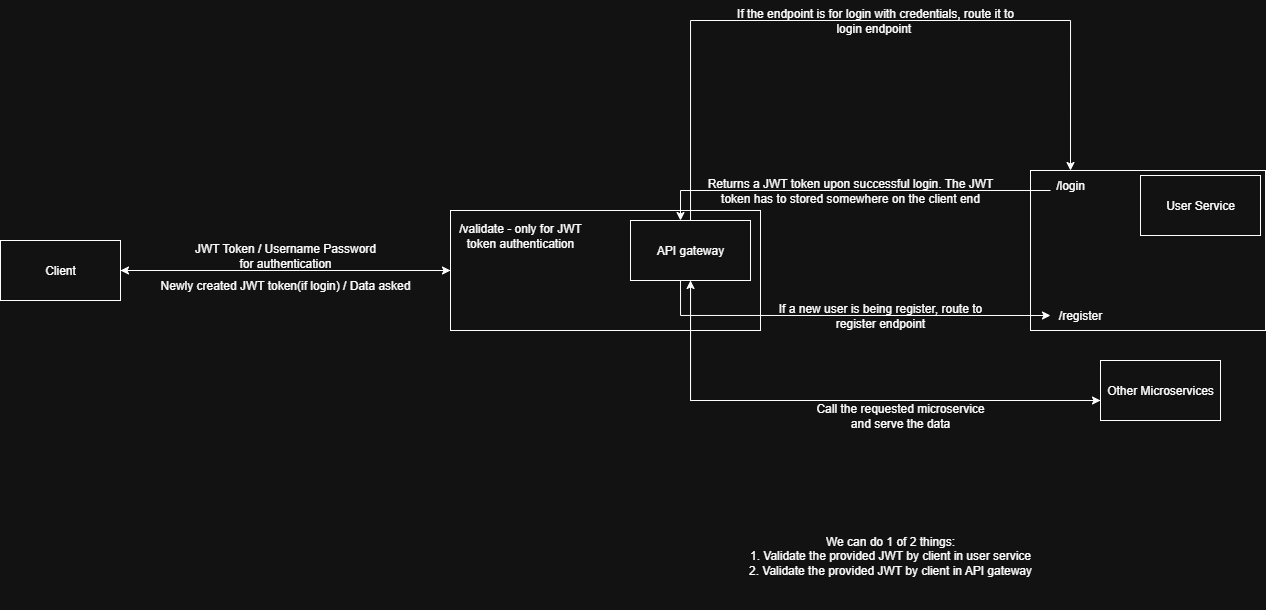
The draw.io diagram src/main/resources/Security of cine reserve.png in Prashant33-py/CineReserveAPIGateway, before a commit. Source tidied: cells renumbered, new cells last; positions are measured from the earlier drawing's top-left corner, leaving out a move shared by most shapes.
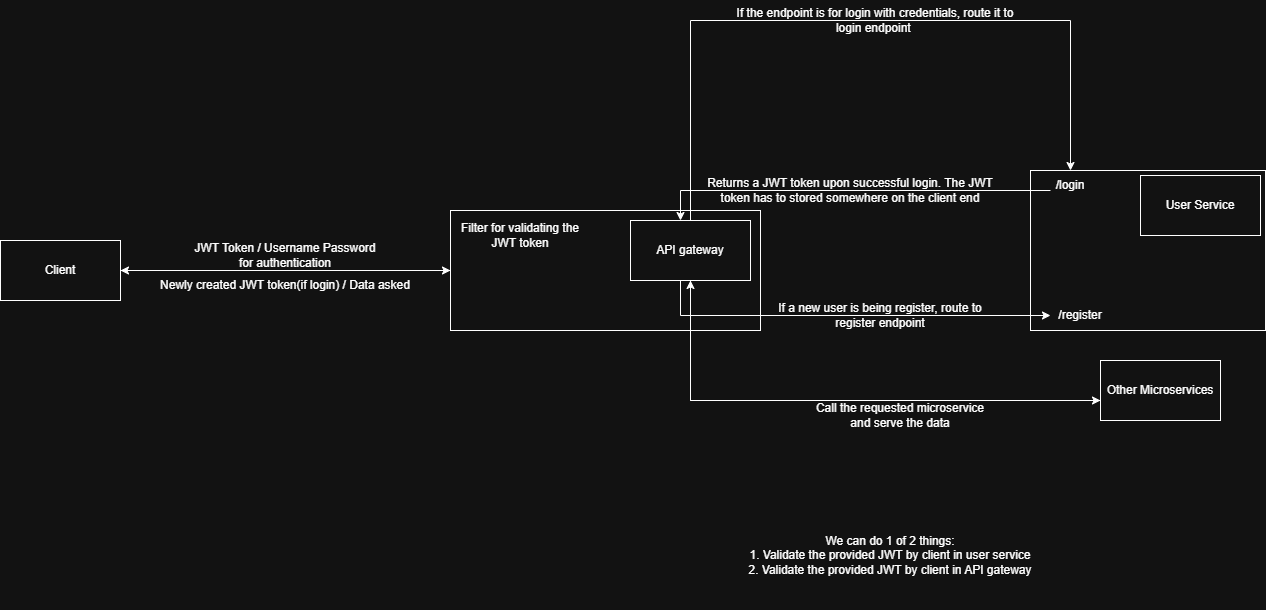
Above is the later version.

Commit message:
Update spring security architecture diagram

Change to the diagram source:
```diff
@@ -85,7 +85,7 @@
     <mxCell id="21" value="Other Microservices" style="rounded=0;whiteSpace=wrap;html=1;" parent="1" vertex="1">
       <mxGeometry x="1100" y="360" width="120" height="60" as="geometry" />
     </mxCell>
-    <mxCell id="22" value="/validate - only for JWT token authentication" style="text;strokeColor=none;align=center;fillColor=none;html=1;verticalAlign=middle;whiteSpace=wrap;rounded=0;" parent="1" vertex="1">
+    <mxCell id="22" value="Filter for validating the JWT token" style="text;strokeColor=none;align=center;fillColor=none;html=1;verticalAlign=middle;whiteSpace=wrap;rounded=0;" parent="1" vertex="1">
       <mxGeometry x="450" y="220" width="140" height="30" as="geometry" />
     </mxCell>
     <mxCell id="23" value="If the endpoint is for login with credentials, route it to login endpoint&amp;nbsp;" style="text;strokeColor=none;align=center;fillColor=none;html=1;verticalAlign=middle;whiteSpace=wrap;rounded=0;" parent="1" vertex="1">
```
